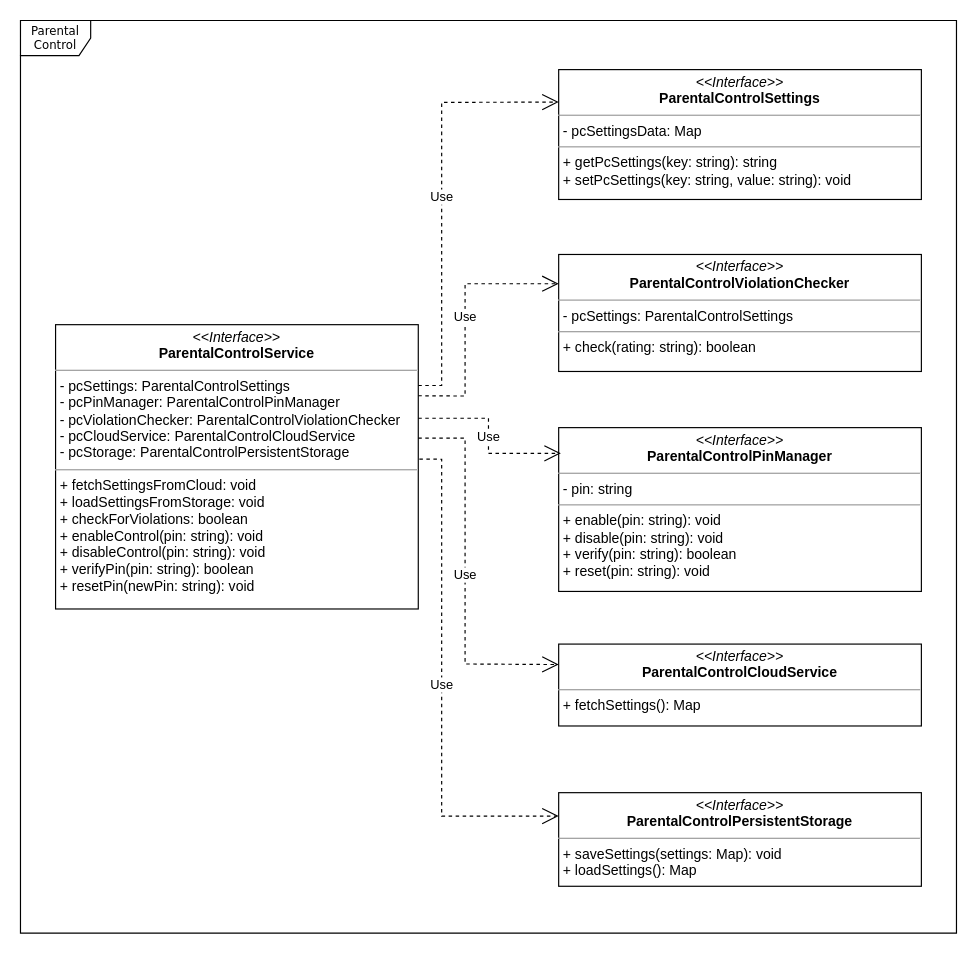
Above: pc-uml.drawio in ashokkumarsh/diagrams (draw.io), before the change. Source tidied: cells renumbered, new cells numbered last; positions are measured from the earlier drawing's top-left corner, leaving out a move shared by most shapes. Both pictures are drawn from the tidied source at 117%, with x=0, y=0 at pixel (20, 20).
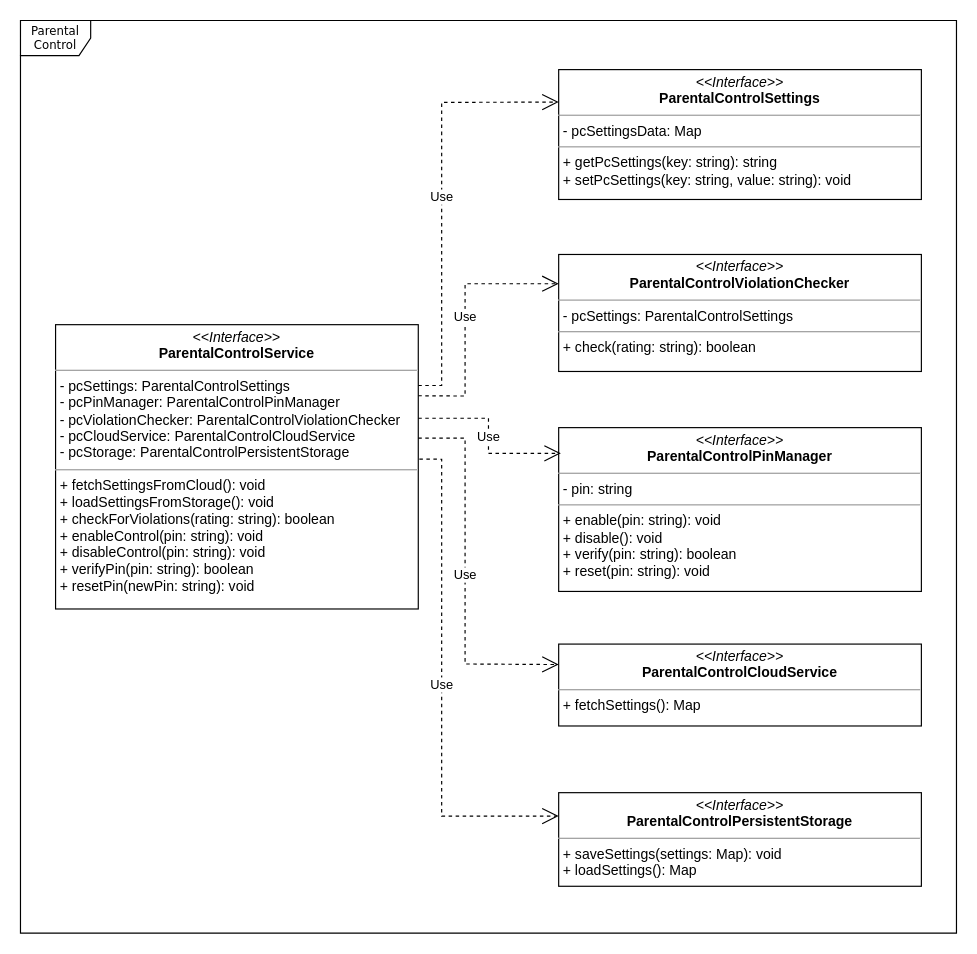
The same diagram, later.

The edit, as a diff of the source:
```diff
@@
-    <mxCell id="3" value="&lt;p style=&quot;margin:0px;margin-top:4px;text-align:center;&quot;&gt;&lt;i&gt;&amp;lt;&amp;lt;Interface&amp;gt;&amp;gt;&lt;/i&gt;&lt;br&gt;&lt;b&gt;ParentalControlService&lt;/b&gt;&lt;/p&gt;&lt;hr size=&quot;1&quot;&gt;&lt;p style=&quot;margin:0px;margin-left:4px;&quot;&gt;- pcSettings: ParentalControlSettings&lt;br&gt;- pcPinManager: ParentalControlPinManager&lt;/p&gt;&lt;p style=&quot;margin:0px;margin-left:4px;&quot;&gt;- pcViolationChecker: ParentalControlViolationChecker&lt;/p&gt;&lt;p style=&quot;margin:0px;margin-left:4px;&quot;&gt;- pcCloudService: ParentalControlCloudService&lt;/p&gt;&lt;p style=&quot;margin:0px;margin-left:4px;&quot;&gt;- pcStorage: ParentalControlPersistentStorage&lt;/p&gt;&lt;hr size=&quot;1&quot;&gt;&lt;p style=&quot;margin:0px;margin-left:4px;&quot;&gt;+ fetchSettingsFromCloud: void&lt;br&gt;+ loadSettingsFromStorage: void&lt;/p&gt;&lt;p style=&quot;margin:0px;margin-left:4px;&quot;&gt;+ checkForViolations: boolean&lt;/p&gt;&lt;p style=&quot;margin:0px;margin-left:4px;&quot;&gt;+ enableControl(pin: string): void&lt;/p&gt;&lt;p style=&quot;margin:0px;margin-left:4px;&quot;&gt;+ disableControl(pin: string): void&lt;/p&gt;&lt;p style=&quot;margin:0px;margin-left:4px;&quot;&gt;+ verifyPin(pin: string): boolean&lt;/p&gt;&lt;p style=&quot;margin:0px;margin-left:4px;&quot;&gt;+ resetPin(newPin: string): void&lt;/p&gt;" style="verticalAlign=top;align=left;overflow=fill;fontSize=12;fontFamily=Helvetica;html=1;rounded=0;shadow=0;comic=0;labelBackgroundColor=none;strokeWidth=1;" parent="1" vertex="1">
+    <mxCell id="3" value="&lt;p style=&quot;margin:0px;margin-top:4px;text-align:center;&quot;&gt;&lt;i&gt;&amp;lt;&amp;lt;Interface&amp;gt;&amp;gt;&lt;/i&gt;&lt;br&gt;&lt;b&gt;ParentalControlService&lt;/b&gt;&lt;/p&gt;&lt;hr size=&quot;1&quot;&gt;&lt;p style=&quot;margin:0px;margin-left:4px;&quot;&gt;- pcSettings: ParentalControlSettings&lt;br&gt;- pcPinManager: ParentalControlPinManager&lt;/p&gt;&lt;p style=&quot;margin:0px;margin-left:4px;&quot;&gt;- pcViolationChecker: ParentalControlViolationChecker&lt;/p&gt;&lt;p style=&quot;margin:0px;margin-left:4px;&quot;&gt;- pcCloudService: ParentalControlCloudService&lt;/p&gt;&lt;p style=&quot;margin:0px;margin-left:4px;&quot;&gt;- pcStorage: ParentalControlPersistentStorage&lt;/p&gt;&lt;hr size=&quot;1&quot;&gt;&lt;p style=&quot;margin:0px;margin-left:4px;&quot;&gt;+ fetchSettingsFromCloud(): void&lt;br&gt;+ loadSettingsFromStorage(): void&lt;/p&gt;&lt;p style=&quot;margin:0px;margin-left:4px;&quot;&gt;+ checkForViolations(rating: string): boolean&lt;/p&gt;&lt;p style=&quot;margin:0px;margin-left:4px;&quot;&gt;+ enableControl(pin: string): void&lt;/p&gt;&lt;p style=&quot;margin:0px;margin-left:4px;&quot;&gt;+ disableControl(pin: string): void&lt;/p&gt;&lt;p style=&quot;margin:0px;margin-left:4px;&quot;&gt;+ verifyPin(pin: string): boolean&lt;/p&gt;&lt;p style=&quot;margin:0px;margin-left:4px;&quot;&gt;+ resetPin(newPin: string): void&lt;/p&gt;" style="verticalAlign=top;align=left;overflow=fill;fontSize=12;fontFamily=Helvetica;html=1;rounded=0;shadow=0;comic=0;labelBackgroundColor=none;strokeWidth=1;" parent="1" vertex="1">
       <mxGeometry x="30" y="260" width="310" height="243" as="geometry" />
     </mxCell>
@@
-    <mxCell id="6" value="&lt;p style=&quot;margin:0px;margin-top:4px;text-align:center;&quot;&gt;&lt;i&gt;&amp;lt;&amp;lt;Interface&amp;gt;&amp;gt;&lt;/i&gt;&lt;br&gt;&lt;b&gt;ParentalControlPinManager&lt;/b&gt;&lt;/p&gt;&lt;hr size=&quot;1&quot;&gt;&lt;p style=&quot;margin:0px;margin-left:4px;&quot;&gt;- pin: string&lt;br&gt;&lt;/p&gt;&lt;hr size=&quot;1&quot;&gt;&lt;p style=&quot;margin:0px;margin-left:4px;&quot;&gt;+ enable(pin: string): void&lt;br&gt;&lt;/p&gt;&lt;p style=&quot;margin:0px;margin-left:4px;&quot;&gt;+ disable(pin: string): void&lt;/p&gt;&lt;p style=&quot;margin:0px;margin-left:4px;&quot;&gt;+ verify(pin: string): boolean&lt;/p&gt;&lt;p style=&quot;margin:0px;margin-left:4px;&quot;&gt;+ reset(pin: string): void&lt;/p&gt;" style="verticalAlign=top;align=left;overflow=fill;fontSize=12;fontFamily=Helvetica;html=1;rounded=0;shadow=0;comic=0;labelBackgroundColor=none;strokeWidth=1;" parent="1" vertex="1">
+    <mxCell id="6" value="&lt;p style=&quot;margin:0px;margin-top:4px;text-align:center;&quot;&gt;&lt;i&gt;&amp;lt;&amp;lt;Interface&amp;gt;&amp;gt;&lt;/i&gt;&lt;br&gt;&lt;b&gt;ParentalControlPinManager&lt;/b&gt;&lt;/p&gt;&lt;hr size=&quot;1&quot;&gt;&lt;p style=&quot;margin:0px;margin-left:4px;&quot;&gt;- pin: string&lt;br&gt;&lt;/p&gt;&lt;hr size=&quot;1&quot;&gt;&lt;p style=&quot;margin:0px;margin-left:4px;&quot;&gt;+ enable(pin: string): void&lt;br&gt;&lt;/p&gt;&lt;p style=&quot;margin:0px;margin-left:4px;&quot;&gt;+ disable(): void&lt;/p&gt;&lt;p style=&quot;margin:0px;margin-left:4px;&quot;&gt;+ verify(pin: string): boolean&lt;/p&gt;&lt;p style=&quot;margin:0px;margin-left:4px;&quot;&gt;+ reset(pin: string): void&lt;/p&gt;" style="verticalAlign=top;align=left;overflow=fill;fontSize=12;fontFamily=Helvetica;html=1;rounded=0;shadow=0;comic=0;labelBackgroundColor=none;strokeWidth=1;" parent="1" vertex="1">
       <mxGeometry x="460" y="348" width="310" height="140" as="geometry" />
     </mxCell>
```
